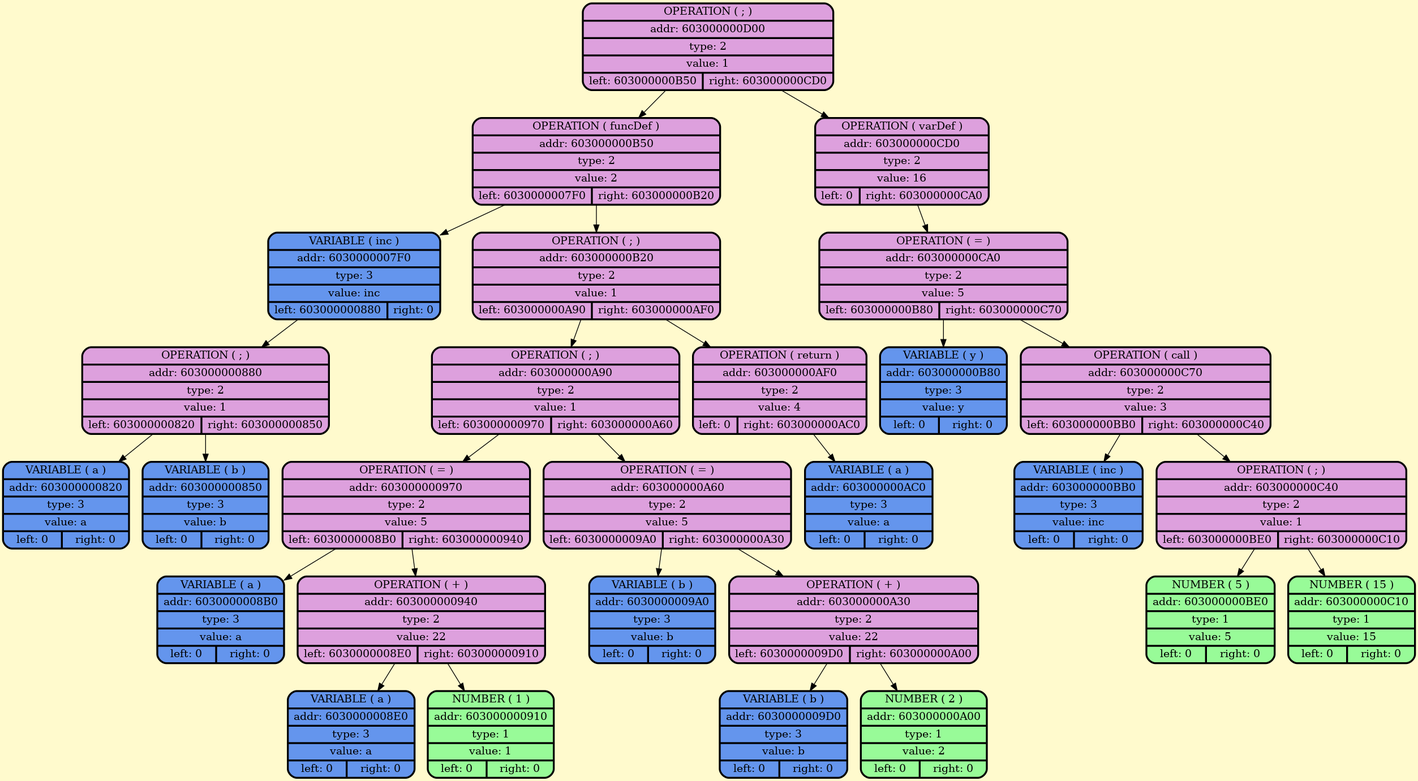
This is frontend/graphDump/dumpGraph.png from BulgakovDmitry/myLanguage, a Graphviz export, as it was before one commit. Its source is kept beside it as frontend/graphDump/dumpGraph.gv.
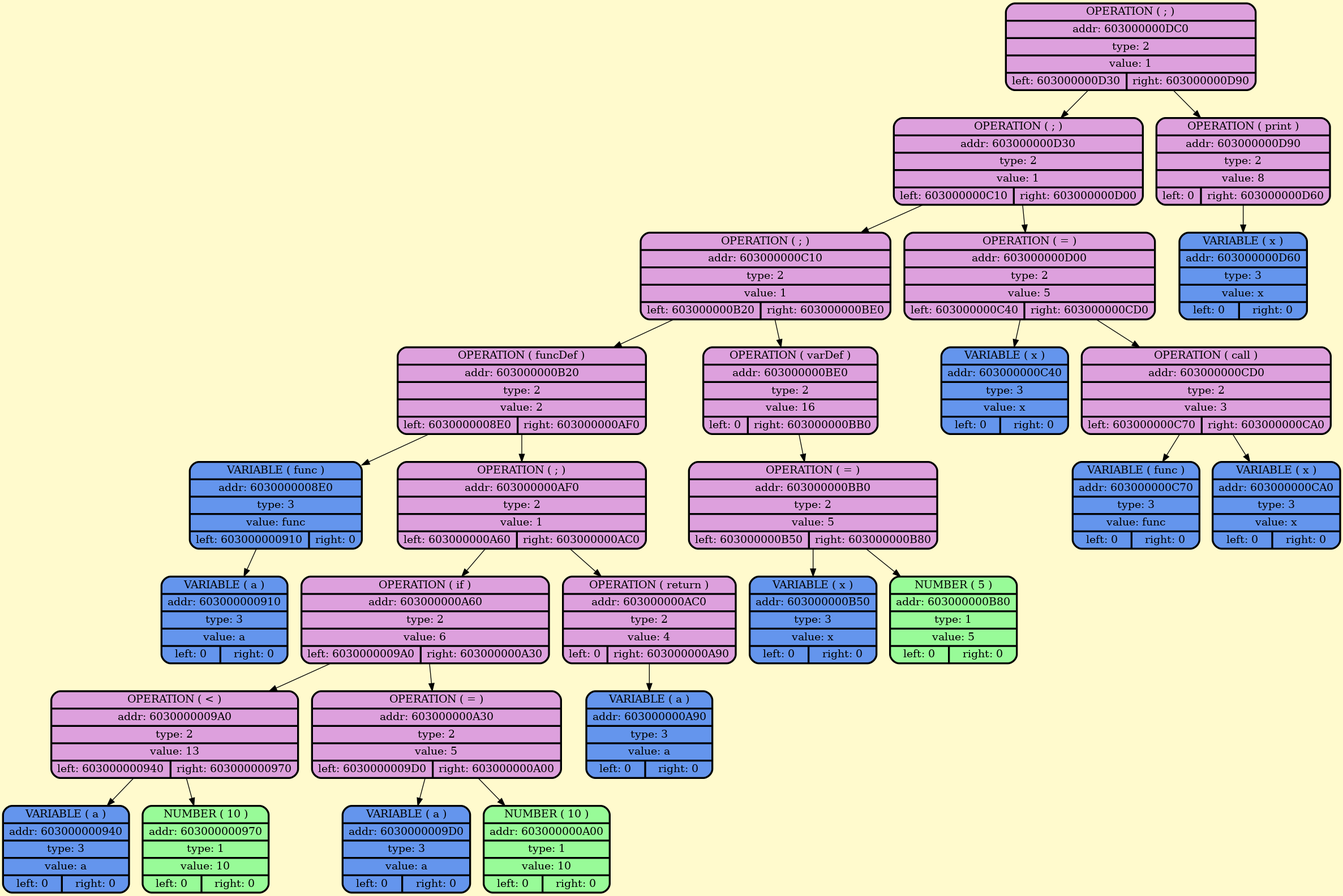
Above is the later version.

The edit, as a diff of the source:
```diff
@@ -2,59 +2,57 @@
     node [style=filled, fontcolor=darkblue, fillcolor=peachpuff, color="#252A34", penwidth=2.5];
     bgcolor="lemonchiffon";
 
-node_0x603000000d00 [shape=Mrecord; style = filled; fillcolor=plum; color = "#000000"; fontcolor = "#000000";label=" {OPERATION ( ; ) | addr: 603000000D00 | type: 2 | value: 1 | {left: 603000000B50 | right: 603000000CD0}} "];
-node_0x603000000b50 [shape=Mrecord; style = filled; fillcolor=plum; color = "#000000"; fontcolor = "#000000";label=" {OPERATION ( funcDef ) | addr: 603000000B50 | type: 2 | value: 2 | {left: 6030000007F0 | right: 603000000B20}} "];
-    node_0x6030000007f0 [shape=Mrecord; style = filled; fillcolor = cornflowerblue; color = "#000000"; fontcolor = "#000000";  label="  {VARIABLE ( inc )| addr: 6030000007F0 | type: 3| value: inc | {left: 603000000880 | right: 0}} "];
-node_0x603000000880 [shape=Mrecord; style = filled; fillcolor=plum; color = "#000000"; fontcolor = "#000000";label=" {OPERATION ( ; ) | addr: 603000000880 | type: 2 | value: 1 | {left: 603000000820 | right: 603000000850}} "];
-    node_0x603000000820 [shape=Mrecord; style = filled; fillcolor = cornflowerblue; color = "#000000"; fontcolor = "#000000";  label="  {VARIABLE ( a )| addr: 603000000820 | type: 3| value: a | {left: 0 | right: 0}} "];
-    node_0x603000000850 [shape=Mrecord; style = filled; fillcolor = cornflowerblue; color = "#000000"; fontcolor = "#000000";  label="  {VARIABLE ( b )| addr: 603000000850 | type: 3| value: b | {left: 0 | right: 0}} "];
-node_0x603000000b20 [shape=Mrecord; style = filled; fillcolor=plum; color = "#000000"; fontcolor = "#000000";label=" {OPERATION ( ; ) | addr: 603000000B20 | type: 2 | value: 1 | {left: 603000000A90 | right: 603000000AF0}} "];
-node_0x603000000a90 [shape=Mrecord; style = filled; fillcolor=plum; color = "#000000"; fontcolor = "#000000";label=" {OPERATION ( ; ) | addr: 603000000A90 | type: 2 | value: 1 | {left: 603000000970 | right: 603000000A60}} "];
-node_0x603000000970 [shape=Mrecord; style = filled; fillcolor=plum; color = "#000000"; fontcolor = "#000000";label=" {OPERATION ( = ) | addr: 603000000970 | type: 2 | value: 5 | {left: 6030000008B0 | right: 603000000940}} "];
-    node_0x6030000008b0 [shape=Mrecord; style = filled; fillcolor = cornflowerblue; color = "#000000"; fontcolor = "#000000";  label="  {VARIABLE ( a )| addr: 6030000008B0 | type: 3| value: a | {left: 0 | right: 0}} "];
-node_0x603000000940 [shape=Mrecord; style = filled; fillcolor=plum; color = "#000000"; fontcolor = "#000000";label=" {OPERATION ( + ) | addr: 603000000940 | type: 2 | value: 22 | {left: 6030000008E0 | right: 603000000910}} "];
-    node_0x6030000008e0 [shape=Mrecord; style = filled; fillcolor = cornflowerblue; color = "#000000"; fontcolor = "#000000";  label="  {VARIABLE ( a )| addr: 6030000008E0 | type: 3| value: a | {left: 0 | right: 0}} "];
-    node_0x603000000910 [shape=Mrecord; style = filled; fillcolor = palegreen; color = "#000000"; fontcolor = "#000000";  label="  {NUMBER ( 1 )| addr: 603000000910 | type: 1| value: 1 | {left: 0 | right: 0}} "];
-node_0x603000000a60 [shape=Mrecord; style = filled; fillcolor=plum; color = "#000000"; fontcolor = "#000000";label=" {OPERATION ( = ) | addr: 603000000A60 | type: 2 | value: 5 | {left: 6030000009A0 | right: 603000000A30}} "];
-    node_0x6030000009a0 [shape=Mrecord; style = filled; fillcolor = cornflowerblue; color = "#000000"; fontcolor = "#000000";  label="  {VARIABLE ( b )| addr: 6030000009A0 | type: 3| value: b | {left: 0 | right: 0}} "];
-node_0x603000000a30 [shape=Mrecord; style = filled; fillcolor=plum; color = "#000000"; fontcolor = "#000000";label=" {OPERATION ( + ) | addr: 603000000A30 | type: 2 | value: 22 | {left: 6030000009D0 | right: 603000000A00}} "];
-    node_0x6030000009d0 [shape=Mrecord; style = filled; fillcolor = cornflowerblue; color = "#000000"; fontcolor = "#000000";  label="  {VARIABLE ( b )| addr: 6030000009D0 | type: 3| value: b | {left: 0 | right: 0}} "];
-    node_0x603000000a00 [shape=Mrecord; style = filled; fillcolor = palegreen; color = "#000000"; fontcolor = "#000000";  label="  {NUMBER ( 2 )| addr: 603000000A00 | type: 1| value: 2 | {left: 0 | right: 0}} "];
-node_0x603000000af0 [shape=Mrecord; style = filled; fillcolor=plum; color = "#000000"; fontcolor = "#000000";label=" {OPERATION ( return ) | addr: 603000000AF0 | type: 2 | value: 4 | {left: 0 | right: 603000000AC0}} "];
-    node_0x603000000ac0 [shape=Mrecord; style = filled; fillcolor = cornflowerblue; color = "#000000"; fontcolor = "#000000";  label="  {VARIABLE ( a )| addr: 603000000AC0 | type: 3| value: a | {left: 0 | right: 0}} "];
-node_0x603000000cd0 [shape=Mrecord; style = filled; fillcolor=plum; color = "#000000"; fontcolor = "#000000";label=" {OPERATION ( varDef ) | addr: 603000000CD0 | type: 2 | value: 16 | {left: 0 | right: 603000000CA0}} "];
-node_0x603000000ca0 [shape=Mrecord; style = filled; fillcolor=plum; color = "#000000"; fontcolor = "#000000";label=" {OPERATION ( = ) | addr: 603000000CA0 | type: 2 | value: 5 | {left: 603000000B80 | right: 603000000C70}} "];
-    node_0x603000000b80 [shape=Mrecord; style = filled; fillcolor = cornflowerblue; color = "#000000"; fontcolor = "#000000";  label="  {VARIABLE ( y )| addr: 603000000B80 | type: 3| value: y | {left: 0 | right: 0}} "];
-node_0x603000000c70 [shape=Mrecord; style = filled; fillcolor=plum; color = "#000000"; fontcolor = "#000000";label=" {OPERATION ( call ) | addr: 603000000C70 | type: 2 | value: 3 | {left: 603000000BB0 | right: 603000000C40}} "];
-    node_0x603000000bb0 [shape=Mrecord; style = filled; fillcolor = cornflowerblue; color = "#000000"; fontcolor = "#000000";  label="  {VARIABLE ( inc )| addr: 603000000BB0 | type: 3| value: inc | {left: 0 | right: 0}} "];
-node_0x603000000c40 [shape=Mrecord; style = filled; fillcolor=plum; color = "#000000"; fontcolor = "#000000";label=" {OPERATION ( ; ) | addr: 603000000C40 | type: 2 | value: 1 | {left: 603000000BE0 | right: 603000000C10}} "];
-    node_0x603000000be0 [shape=Mrecord; style = filled; fillcolor = palegreen; color = "#000000"; fontcolor = "#000000";  label="  {NUMBER ( 5 )| addr: 603000000BE0 | type: 1| value: 5 | {left: 0 | right: 0}} "];
-    node_0x603000000c10 [shape=Mrecord; style = filled; fillcolor = palegreen; color = "#000000"; fontcolor = "#000000";  label="  {NUMBER ( 15 )| addr: 603000000C10 | type: 1| value: 15 | {left: 0 | right: 0}} "];
-    node_0x603000000d00 -> node_0x603000000b50;
-    node_0x603000000b50 -> node_0x6030000007f0;
-    node_0x6030000007f0 -> node_0x603000000880;
-    node_0x603000000880 -> node_0x603000000820;
-    node_0x603000000880 -> node_0x603000000850;
-    node_0x603000000b50 -> node_0x603000000b20;
-    node_0x603000000b20 -> node_0x603000000a90;
-    node_0x603000000a90 -> node_0x603000000970;
-    node_0x603000000970 -> node_0x6030000008b0;
-    node_0x603000000970 -> node_0x603000000940;
-    node_0x603000000940 -> node_0x6030000008e0;
-    node_0x603000000940 -> node_0x603000000910;
-    node_0x603000000a90 -> node_0x603000000a60;
+node_0x603000000dc0 [shape=Mrecord; style = filled; fillcolor=plum; color = "#000000"; fontcolor = "#000000";label=" {OPERATION ( ; ) | addr: 603000000DC0 | type: 2 | value: 1 | {left: 603000000D30 | right: 603000000D90}} "];
+node_0x603000000d30 [shape=Mrecord; style = filled; fillcolor=plum; color = "#000000"; fontcolor = "#000000";label=" {OPERATION ( ; ) | addr: 603000000D30 | type: 2 | value: 1 | {left: 603000000C10 | right: 603000000D00}} "];
+node_0x603000000c10 [shape=Mrecord; style = filled; fillcolor=plum; color = "#000000"; fontcolor = "#000000";label=" {OPERATION ( ; ) | addr: 603000000C10 | type: 2 | value: 1 | {left: 603000000B20 | right: 603000000BE0}} "];
+node_0x603000000b20 [shape=Mrecord; style = filled; fillcolor=plum; color = "#000000"; fontcolor = "#000000";label=" {OPERATION ( funcDef ) | addr: 603000000B20 | type: 2 | value: 2 | {left: 6030000008E0 | right: 603000000AF0}} "];
+    node_0x6030000008e0 [shape=Mrecord; style = filled; fillcolor = cornflowerblue; color = "#000000"; fontcolor = "#000000";  label="  {VARIABLE ( func )| addr: 6030000008E0 | type: 3| value: func | {left: 603000000910 | right: 0}} "];
+    node_0x603000000910 [shape=Mrecord; style = filled; fillcolor = cornflowerblue; color = "#000000"; fontcolor = "#000000";  label="  {VARIABLE ( a )| addr: 603000000910 | type: 3| value: a | {left: 0 | right: 0}} "];
+node_0x603000000af0 [shape=Mrecord; style = filled; fillcolor=plum; color = "#000000"; fontcolor = "#000000";label=" {OPERATION ( ; ) | addr: 603000000AF0 | type: 2 | value: 1 | {left: 603000000A60 | right: 603000000AC0}} "];
+node_0x603000000a60 [shape=Mrecord; style = filled; fillcolor=plum; color = "#000000"; fontcolor = "#000000";label=" {OPERATION ( if ) | addr: 603000000A60 | type: 2 | value: 6 | {left: 6030000009A0 | right: 603000000A30}} "];
+node_0x6030000009a0 [shape=Mrecord; style = filled; fillcolor=plum; color = "#000000"; fontcolor = "#000000";label=" {OPERATION ( \< ) | addr: 6030000009A0 | type: 2 | value: 13 | {left: 603000000940 | right: 603000000970}} "];
+    node_0x603000000940 [shape=Mrecord; style = filled; fillcolor = cornflowerblue; color = "#000000"; fontcolor = "#000000";  label="  {VARIABLE ( a )| addr: 603000000940 | type: 3| value: a | {left: 0 | right: 0}} "];
+    node_0x603000000970 [shape=Mrecord; style = filled; fillcolor = palegreen; color = "#000000"; fontcolor = "#000000";  label="  {NUMBER ( 10 )| addr: 603000000970 | type: 1| value: 10 | {left: 0 | right: 0}} "];
+node_0x603000000a30 [shape=Mrecord; style = filled; fillcolor=plum; color = "#000000"; fontcolor = "#000000";label=" {OPERATION ( = ) | addr: 603000000A30 | type: 2 | value: 5 | {left: 6030000009D0 | right: 603000000A00}} "];
+    node_0x6030000009d0 [shape=Mrecord; style = filled; fillcolor = cornflowerblue; color = "#000000"; fontcolor = "#000000";  label="  {VARIABLE ( a )| addr: 6030000009D0 | type: 3| value: a | {left: 0 | right: 0}} "];
+    node_0x603000000a00 [shape=Mrecord; style = filled; fillcolor = palegreen; color = "#000000"; fontcolor = "#000000";  label="  {NUMBER ( 10 )| addr: 603000000A00 | type: 1| value: 10 | {left: 0 | right: 0}} "];
+node_0x603000000ac0 [shape=Mrecord; style = filled; fillcolor=plum; color = "#000000"; fontcolor = "#000000";label=" {OPERATION ( return ) | addr: 603000000AC0 | type: 2 | value: 4 | {left: 0 | right: 603000000A90}} "];
+    node_0x603000000a90 [shape=Mrecord; style = filled; fillcolor = cornflowerblue; color = "#000000"; fontcolor = "#000000";  label="  {VARIABLE ( a )| addr: 603000000A90 | type: 3| value: a | {left: 0 | right: 0}} "];
+node_0x603000000be0 [shape=Mrecord; style = filled; fillcolor=plum; color = "#000000"; fontcolor = "#000000";label=" {OPERATION ( varDef ) | addr: 603000000BE0 | type: 2 | value: 16 | {left: 0 | right: 603000000BB0}} "];
+node_0x603000000bb0 [shape=Mrecord; style = filled; fillcolor=plum; color = "#000000"; fontcolor = "#000000";label=" {OPERATION ( = ) | addr: 603000000BB0 | type: 2 | value: 5 | {left: 603000000B50 | right: 603000000B80}} "];
+    node_0x603000000b50 [shape=Mrecord; style = filled; fillcolor = cornflowerblue; color = "#000000"; fontcolor = "#000000";  label="  {VARIABLE ( x )| addr: 603000000B50 | type: 3| value: x | {left: 0 | right: 0}} "];
+    node_0x603000000b80 [shape=Mrecord; style = filled; fillcolor = palegreen; color = "#000000"; fontcolor = "#000000";  label="  {NUMBER ( 5 )| addr: 603000000B80 | type: 1| value: 5 | {left: 0 | right: 0}} "];
+node_0x603000000d00 [shape=Mrecord; style = filled; fillcolor=plum; color = "#000000"; fontcolor = "#000000";label=" {OPERATION ( = ) | addr: 603000000D00 | type: 2 | value: 5 | {left: 603000000C40 | right: 603000000CD0}} "];
+    node_0x603000000c40 [shape=Mrecord; style = filled; fillcolor = cornflowerblue; color = "#000000"; fontcolor = "#000000";  label="  {VARIABLE ( x )| addr: 603000000C40 | type: 3| value: x | {left: 0 | right: 0}} "];
+node_0x603000000cd0 [shape=Mrecord; style = filled; fillcolor=plum; color = "#000000"; fontcolor = "#000000";label=" {OPERATION ( call ) | addr: 603000000CD0 | type: 2 | value: 3 | {left: 603000000C70 | right: 603000000CA0}} "];
+    node_0x603000000c70 [shape=Mrecord; style = filled; fillcolor = cornflowerblue; color = "#000000"; fontcolor = "#000000";  label="  {VARIABLE ( func )| addr: 603000000C70 | type: 3| value: func | {left: 0 | right: 0}} "];
+    node_0x603000000ca0 [shape=Mrecord; style = filled; fillcolor = cornflowerblue; color = "#000000"; fontcolor = "#000000";  label="  {VARIABLE ( x )| addr: 603000000CA0 | type: 3| value: x | {left: 0 | right: 0}} "];
+node_0x603000000d90 [shape=Mrecord; style = filled; fillcolor=plum; color = "#000000"; fontcolor = "#000000";label=" {OPERATION ( print ) | addr: 603000000D90 | type: 2 | value: 8 | {left: 0 | right: 603000000D60}} "];
+    node_0x603000000d60 [shape=Mrecord; style = filled; fillcolor = cornflowerblue; color = "#000000"; fontcolor = "#000000";  label="  {VARIABLE ( x )| addr: 603000000D60 | type: 3| value: x | {left: 0 | right: 0}} "];
+    node_0x603000000dc0 -> node_0x603000000d30;
+    node_0x603000000d30 -> node_0x603000000c10;
+    node_0x603000000c10 -> node_0x603000000b20;
+    node_0x603000000b20 -> node_0x6030000008e0;
+    node_0x6030000008e0 -> node_0x603000000910;
+    node_0x603000000b20 -> node_0x603000000af0;
+    node_0x603000000af0 -> node_0x603000000a60;
     node_0x603000000a60 -> node_0x6030000009a0;
+    node_0x6030000009a0 -> node_0x603000000940;
+    node_0x6030000009a0 -> node_0x603000000970;
     node_0x603000000a60 -> node_0x603000000a30;
     node_0x603000000a30 -> node_0x6030000009d0;
     node_0x603000000a30 -> node_0x603000000a00;
-    node_0x603000000b20 -> node_0x603000000af0;
     node_0x603000000af0 -> node_0x603000000ac0;
+    node_0x603000000ac0 -> node_0x603000000a90;
+    node_0x603000000c10 -> node_0x603000000be0;
+    node_0x603000000be0 -> node_0x603000000bb0;
+    node_0x603000000bb0 -> node_0x603000000b50;
+    node_0x603000000bb0 -> node_0x603000000b80;
+    node_0x603000000d30 -> node_0x603000000d00;
+    node_0x603000000d00 -> node_0x603000000c40;
     node_0x603000000d00 -> node_0x603000000cd0;
+    node_0x603000000cd0 -> node_0x603000000c70;
     node_0x603000000cd0 -> node_0x603000000ca0;
-    node_0x603000000ca0 -> node_0x603000000b80;
-    node_0x603000000ca0 -> node_0x603000000c70;
-    node_0x603000000c70 -> node_0x603000000bb0;
-    node_0x603000000c70 -> node_0x603000000c40;
-    node_0x603000000c40 -> node_0x603000000be0;
-    node_0x603000000c40 -> node_0x603000000c10;
+    node_0x603000000dc0 -> node_0x603000000d90;
+    node_0x603000000d90 -> node_0x603000000d60;
 }
```
